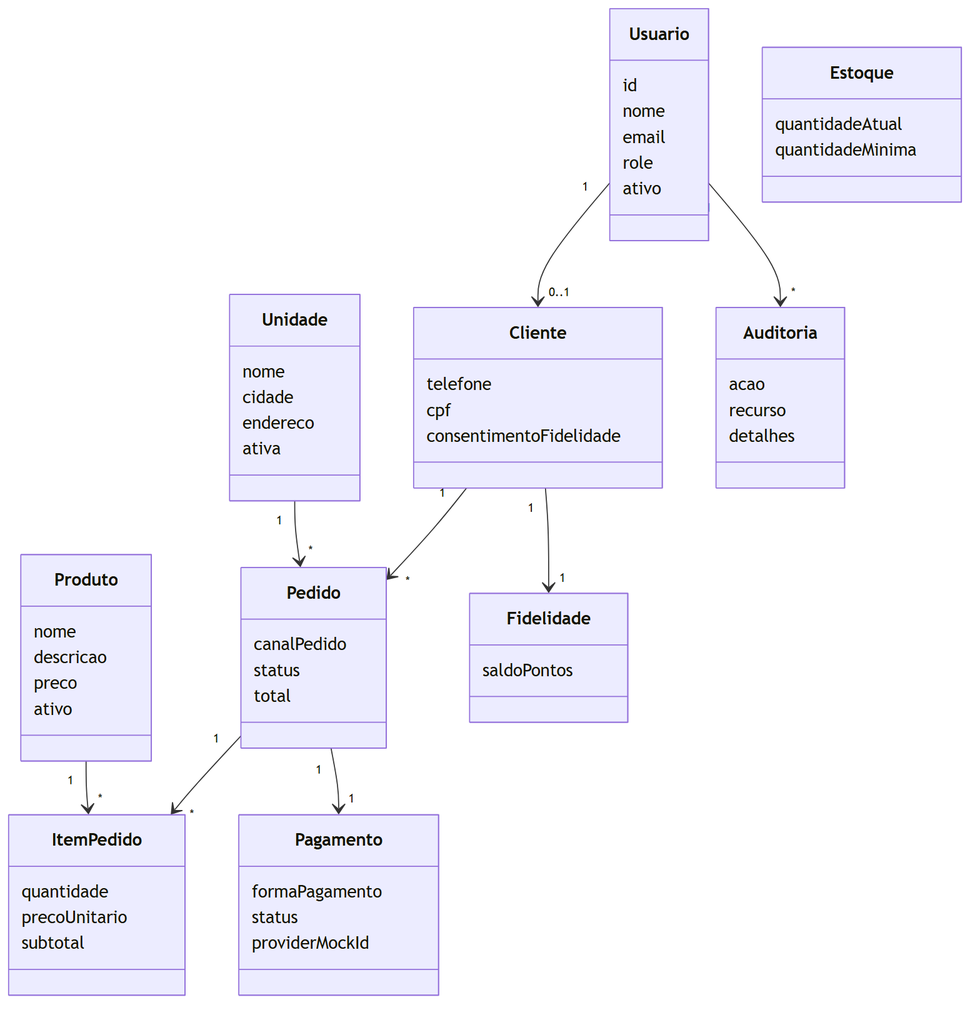
This is docs/diagramas/renderizados/classes.png from IuriWS/raizes-do-nordeste-api, a Mermaid export, as it was before one commit. Its source is kept beside it as docs/diagramas/classes.mmd. Source of this version:
```mermaid
classDiagram
  class Usuario {
    id
    nome
    email
    role
    ativo
  }
  class Cliente {
    telefone
    cpf
    consentimentoFidelidade
  }
  class Unidade {
    nome
    cidade
    endereco
    ativa
  }
  class Produto {
    nome
    descricao
    preco
    ativo
  }
  class Estoque {
    quantidadeAtual
    quantidadeMinima
  }
  class Pedido {
    canalPedido
    status
    total
  }
  class ItemPedido {
    quantidade
    precoUnitario
    subtotal
  }
  class Pagamento {
    formaPagamento
    status
    providerMockId
  }
  class Fidelidade {
    saldoPontos
  }
  class Auditoria {
    acao
    recurso
    detalhes
  }

  Usuario "1" --> "0..1" Cliente
  Cliente "1" --> "*" Pedido
  Pedido "1" --> "*" ItemPedido
  Pedido "1" --> "1" Pagamento
  Unidade "1" --> "*" Pedido
  Produto "1" --> "*" ItemPedido
  Cliente "1" --> "1" Fidelidade
  Usuario "1" --> "*" Auditoria
```
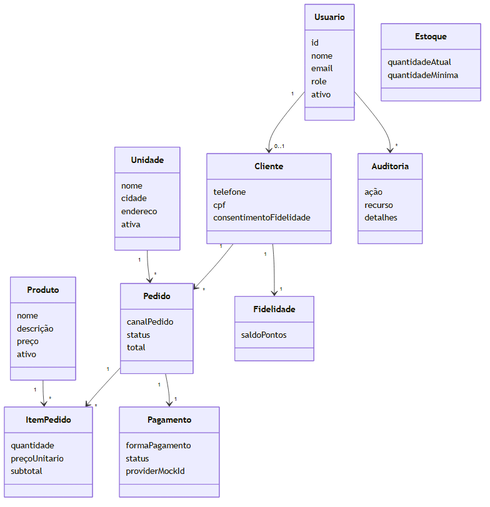
After the commit.

The edit, as a diff of the source:
```diff
@@ -19,8 +19,8 @@
   }
   class Produto {
     nome
-    descricao
-    preco
+    descrição
+    preço
     ativo
   }
   class Estoque {
@@ -34,7 +34,7 @@
   }
   class ItemPedido {
     quantidade
-    precoUnitario
+    preçoUnitario
     subtotal
   }
   class Pagamento {
@@ -46,7 +46,7 @@
     saldoPontos
   }
   class Auditoria {
-    acao
+    ação
     recurso
     detalhes
   }
```
